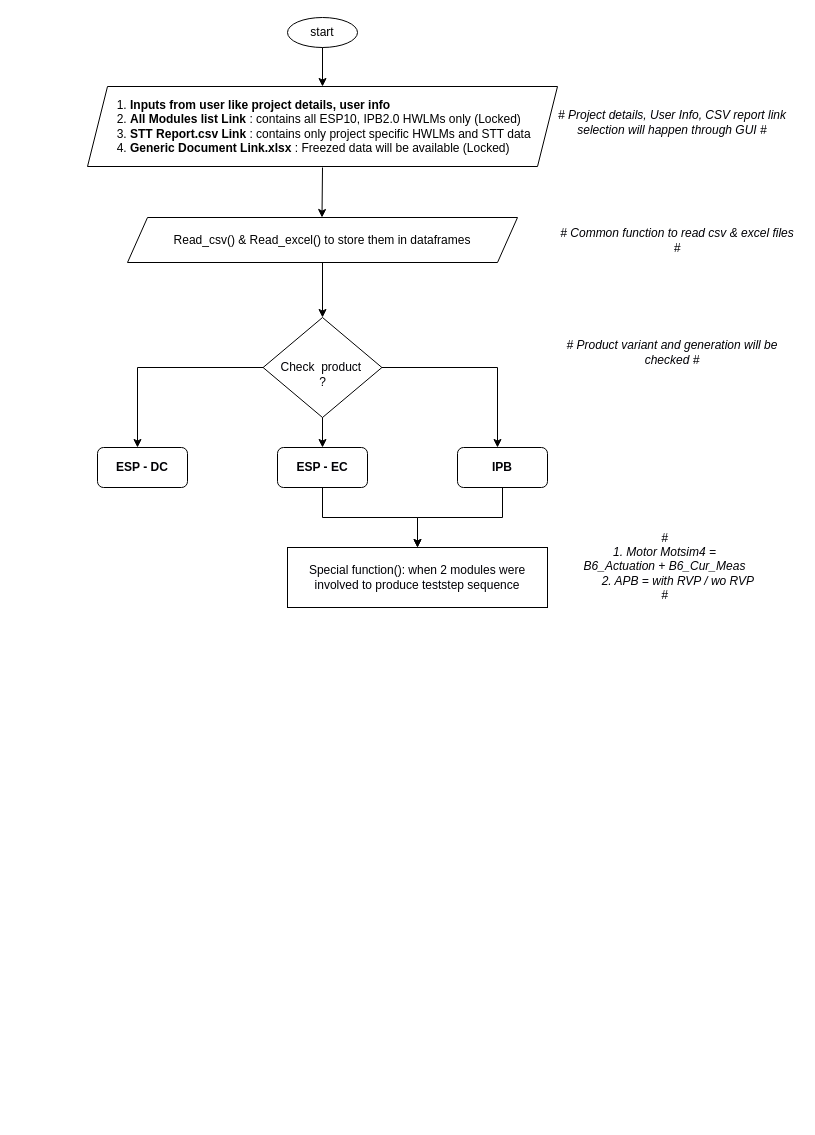
Before: page "Page-1" (1 of 2) of Untitled Diagram.drawio in Manideep22/STT, a draw.io diagram. Source tidied: cells renumbered, new cells numbered last; positions are measured from the earlier drawing's top-left corner, leaving out a move shared by most shapes. Both pictures are drawn from the tidied source at 100%, with x=0, y=0 at pixel (87, 17).
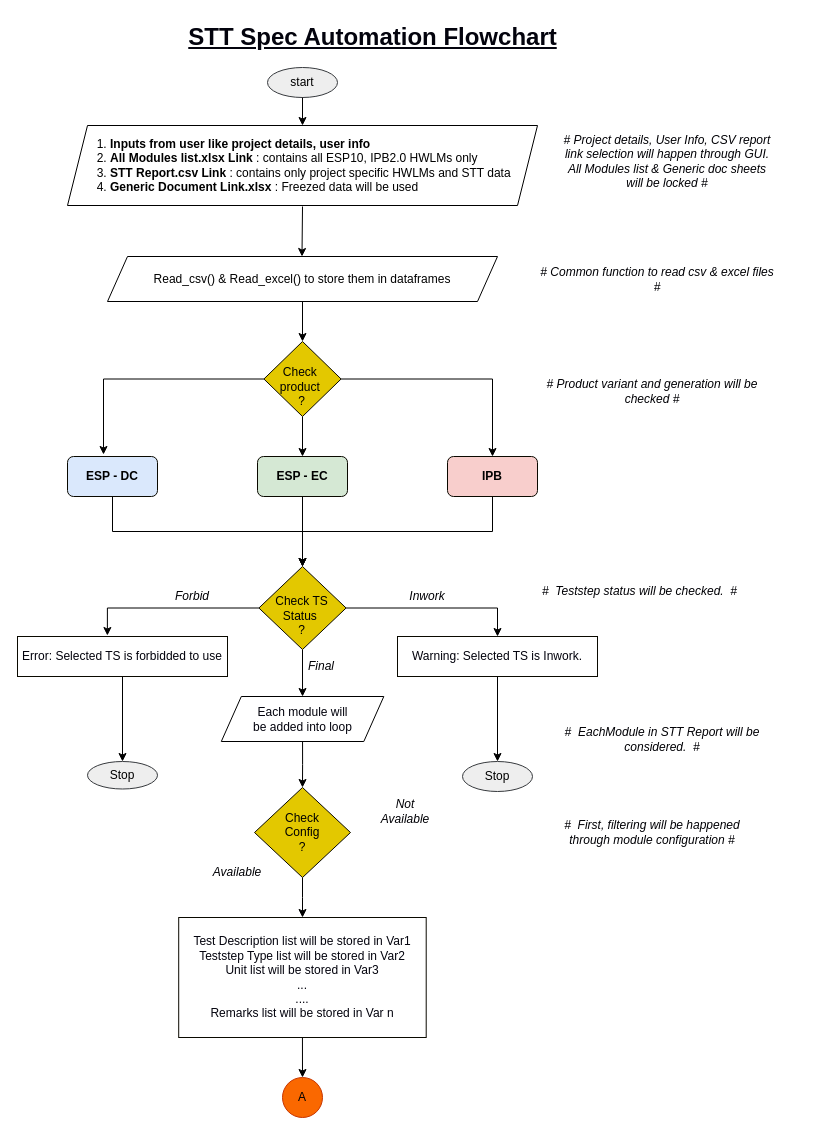
Above is the later version.

Diff of the diagram source:
```diff
@@
-    <mxCell id="2" value="start" style="ellipse;whiteSpace=wrap;html=1;" parent="1" vertex="1">
-      <mxGeometry x="200" width="70" height="30" as="geometry" />
+    <mxCell id="2" value="start" style="ellipse;whiteSpace=wrap;html=1;fillColor=#eeeeee;strokeColor=#36393d;" parent="1" vertex="1">
+      <mxGeometry x="180" y="50" width="70" height="30" as="geometry" />
     </mxCell>
@@
-    <mxCell id="4" style="edgeStyle=orthogonalEdgeStyle;rounded=0;jettySize=auto;html=1;exitX=0.5;exitY=1;exitDx=0;exitDy=0;entryX=0.5;entryY=0;entryDx=0;entryDy=0;fontColor=#000005;" parent="1" edge="1" source="5" target="8">
+    <mxCell id="4" style="edgeStyle=orthogonalEdgeStyle;rounded=0;jettySize=auto;html=1;exitX=0.5;exitY=1;exitDx=0;exitDy=0;entryX=0.5;entryY=0;entryDx=0;entryDy=0;fontColor=#03030D;" parent="1" edge="1" source="5" target="8">
       <mxGeometry relative="1" as="geometry" />
     </mxCell>
     <mxCell id="5" value="Read_csv() &amp;amp; Read_excel() to store them in dataframes" style="shape=parallelogram;perimeter=parallelogramPerimeter;whiteSpace=wrap;html=1;fixedSize=1;" parent="1" vertex="1">
-      <mxGeometry x="40" y="200" width="390" height="45" as="geometry" />
+      <mxGeometry x="20" y="239" width="390" height="45" as="geometry" />
     </mxCell>
-    <mxCell id="6" value="&lt;div align=&quot;left&quot;&gt;&lt;span&gt; &lt;/span&gt;&lt;span&gt; &lt;/span&gt;&lt;span style=&quot;white-space: pre&quot;&gt; 1. &lt;/span&gt;&lt;b&gt;Inputs from user like project details, user info&lt;/b&gt; &lt;br&gt;&lt;/div&gt;&lt;div align=&quot;left&quot;&gt;&lt;u&gt;&lt;span style=&quot;white-space: pre&quot;&gt;&lt;/span&gt;&lt;/u&gt;&lt;span style=&quot;white-space: pre&quot;&gt; &lt;/span&gt;2. &lt;b&gt;All Modules list Link &lt;/b&gt;: contains all ESP10, IPB2.0 HWLMs only (Locked)&lt;br&gt;&lt;b&gt;&lt;span&gt;&lt;/span&gt;&lt;/b&gt;&lt;u&gt;&lt;span style=&quot;white-space: pre&quot;&gt;&lt;/span&gt;&lt;/u&gt;&lt;span style=&quot;white-space: pre&quot;&gt; &lt;/span&gt;3.&lt;b&gt; STT Report.csv Link&lt;/b&gt; : contains only project specific HWLMs and STT data&lt;br&gt;&lt;/div&gt;&lt;div align=&quot;left&quot;&gt;&lt;span style=&quot;white-space: pre&quot;&gt;&lt;/span&gt;&lt;span style=&quot;white-space: pre&quot;&gt; &lt;/span&gt;4. &lt;b&gt;Generic Document Link.xlsx&lt;/b&gt; : Freezed data will be available (Locked)&lt;br&gt;&lt;/div&gt;" style="shape=parallelogram;perimeter=parallelogramPerimeter;whiteSpace=wrap;html=1;fixedSize=1;align=center;" parent="1" vertex="1">
-      <mxGeometry y="69" width="470" height="80" as="geometry" />
+    <mxCell id="6" value="&lt;div align=&quot;left&quot;&gt;&lt;span&gt; &lt;/span&gt;&lt;span&gt; &lt;/span&gt;&lt;span style=&quot;white-space: pre&quot;&gt; 1. &lt;/span&gt;&lt;b&gt;Inputs from user like project details, user info&lt;/b&gt; &lt;br&gt;&lt;/div&gt;&lt;div align=&quot;left&quot;&gt;&lt;u&gt;&lt;span style=&quot;white-space: pre&quot;&gt;&lt;/span&gt;&lt;/u&gt;&lt;span style=&quot;white-space: pre&quot;&gt; &lt;/span&gt;2. &lt;b&gt;All Modules list.xlsx Link &lt;/b&gt;: contains all ESP10, IPB2.0 HWLMs only &lt;br&gt;&lt;b&gt;&lt;span&gt;&lt;/span&gt;&lt;/b&gt;&lt;u&gt;&lt;span style=&quot;white-space: pre&quot;&gt;&lt;/span&gt;&lt;/u&gt;&lt;span style=&quot;white-space: pre&quot;&gt; &lt;/span&gt;3.&lt;b&gt; STT Report.csv Link&lt;/b&gt; : contains only project specific HWLMs and STT data&lt;br&gt;&lt;/div&gt;&lt;div align=&quot;left&quot;&gt;&lt;span style=&quot;white-space: pre&quot;&gt;&lt;/span&gt;&lt;span style=&quot;white-space: pre&quot;&gt; &lt;/span&gt;4. &lt;b&gt;Generic Document Link.xlsx&lt;/b&gt; : Freezed data will be used &lt;br&gt;&lt;/div&gt;" style="shape=parallelogram;perimeter=parallelogramPerimeter;whiteSpace=wrap;html=1;fixedSize=1;align=center;" parent="1" vertex="1">
+      <mxGeometry x="-20" y="108" width="470" height="80" as="geometry" />
     </mxCell>
     <mxCell id="7" style="endArrow=classic;html=1;rounded=0;fontColor=#0000FF;" parent="1" edge="1">
       <mxGeometry relative="1" as="geometry">
-        <mxPoint x="235" y="150" as="sourcePoint" />
-        <mxPoint x="234.5" y="200" as="targetPoint" />
+        <mxPoint x="215" y="189" as="sourcePoint" />
+        <mxPoint x="214.5" y="239" as="targetPoint" />
       </mxGeometry>
     </mxCell>
+    <mxCell id="22" style="edgeStyle=orthogonalEdgeStyle;rounded=0;jettySize=auto;html=1;exitX=0;exitY=0.5;exitDx=0;exitDy=0;entryX=0.4;entryY=-0.05;entryDx=0;entryDy=0;entryPerimeter=0;fontColor=#03030D;" parent="1" edge="1" source="8" target="15">
+      <mxGeometry relative="1" as="geometry" />
+    </mxCell>
+    <mxCell id="23" style="edgeStyle=orthogonalEdgeStyle;rounded=0;jettySize=auto;html=1;exitX=0.5;exitY=1;exitDx=0;exitDy=0;entryX=0.5;entryY=0;entryDx=0;entryDy=0;fontColor=#03030D;" parent="1" edge="1" source="8" target="17">
+      <mxGeometry relative="1" as="geometry" />
+    </mxCell>
+    <mxCell id="24" style="edgeStyle=orthogonalEdgeStyle;rounded=0;jettySize=auto;html=1;entryX=0.5;entryY=0;entryDx=0;entryDy=0;fontColor=#03030D;" parent="1" edge="1" source="8" target="14">
+      <mxGeometry relative="1" as="geometry" />
+    </mxCell>
-    <mxCell id="8" value="&lt;div&gt;&lt;br&gt;&lt;/div&gt;&lt;div&gt;Check&amp;nbsp; product&amp;nbsp; &lt;br&gt;&lt;/div&gt;&lt;div&gt;?&lt;/div&gt;" style="rhombus;whiteSpace=wrap;html=1;fontColor=#000005;" parent="1" vertex="1">
-      <mxGeometry x="175.6" y="300" width="118.8" height="100" as="geometry" />
+    <mxCell id="8" value="&lt;div&gt;&lt;br&gt;&lt;/div&gt;&lt;div&gt;Check&amp;nbsp; product&amp;nbsp; &lt;br&gt;&lt;/div&gt;&lt;div&gt;?&lt;/div&gt;" style="rhombus;whiteSpace=wrap;html=1;fontColor=#000000;fillColor=#e3c800;strokeColor=#0A0900;" parent="1" vertex="1">
+      <mxGeometry x="176.4" y="324" width="77.2" height="75" as="geometry" />
     </mxCell>
-    <mxCell id="9" style="endArrow=classic;html=1;rounded=0;fontColor=#000005;exitX=1;exitY=0.5;exitDx=0;exitDy=0;" parent="1" edge="1" source="8">
-      <mxGeometry relative="1" as="geometry">
-        <mxPoint x="410" y="430" as="targetPoint" />
-        <Array as="points">
-          <mxPoint x="410" y="350" />
-        </Array>
-      </mxGeometry>
-    </mxCell>
-    <mxCell id="10" style="endArrow=classic;html=1;rounded=0;fontColor=#000005;exitX=0;exitY=0.5;exitDx=0;exitDy=0;" parent="1" edge="1" source="8">
-      <mxGeometry relative="1" as="geometry">
-        <mxPoint x="50" y="430" as="targetPoint" />
-        <Array as="points">
-          <mxPoint x="50" y="350" />
-        </Array>
-      </mxGeometry>
-    </mxCell>
-    <mxCell id="11" style="endArrow=classic;html=1;rounded=0;fontColor=#000005;exitX=0.5;exitY=1;exitDx=0;exitDy=0;" parent="1" edge="1" source="8">
-      <mxGeometry relative="1" as="geometry">
-        <mxPoint x="235" y="430" as="targetPoint" />
-      </mxGeometry>
-    </mxCell>
-    <mxCell id="12" value="# Project details, User Info, CSV report link selection will happen through GUI #" style="text;html=1;strokeColor=none;fillColor=none;align=center;verticalAlign=middle;whiteSpace=wrap;rounded=0;fontColor=#000005;fontStyle=2;" parent="1" vertex="1">
-      <mxGeometry x="460" y="70" width="250" height="70" as="geometry" />
+    <mxCell id="12" value="&lt;div&gt;# Project details, User Info, CSV report link selection will happen through GUI.&lt;/div&gt;&lt;div&gt;All Modules list &amp;amp; Generic doc sheets will be locked #&lt;/div&gt;" style="text;html=1;strokeColor=none;fillColor=none;align=center;verticalAlign=middle;whiteSpace=wrap;rounded=0;fontColor=#000005;fontStyle=2;" parent="1" vertex="1">
+      <mxGeometry x="470" y="109" width="220" height="70" as="geometry" />
     </mxCell>
-    <mxCell id="13" style="edgeStyle=orthogonalEdgeStyle;rounded=0;jettySize=auto;html=1;exitX=0.5;exitY=1;exitDx=0;exitDy=0;entryX=0.5;entryY=0;entryDx=0;entryDy=0;fontColor=#000005;" parent="1" edge="1" source="14" target="19">
-      <mxGeometry relative="1" as="geometry" />
-    </mxCell>
+    <mxCell id="25" style="edgeStyle=orthogonalEdgeStyle;rounded=0;jettySize=auto;html=1;exitX=0.5;exitY=1;exitDx=0;exitDy=0;entryX=0.5;entryY=0;entryDx=0;entryDy=0;fontColor=#03030D;" parent="1" edge="1" source="14" target="41">
+      <mxGeometry relative="1" as="geometry" />
+    </mxCell>
-    <mxCell id="14" value="&lt;b&gt;IPB&lt;/b&gt;" style="rounded=1;whiteSpace=wrap;html=1;fontColor=#000005;" parent="1" vertex="1">
-      <mxGeometry x="370" y="430" width="90" height="40" as="geometry" />
+    <mxCell id="14" value="&lt;b&gt;IPB&lt;/b&gt;" style="rounded=1;whiteSpace=wrap;html=1;fillColor=#f8cecc;strokeColor=#0A0900;" parent="1" vertex="1">
+      <mxGeometry x="360" y="439" width="90" height="40" as="geometry" />
     </mxCell>
+    <mxCell id="26" style="edgeStyle=orthogonalEdgeStyle;rounded=0;jettySize=auto;html=1;exitX=0.5;exitY=1;exitDx=0;exitDy=0;fontColor=#03030D;" parent="1" edge="1" source="15" target="41">
+      <mxGeometry relative="1" as="geometry" />
+    </mxCell>
-    <mxCell id="15" value="&lt;b&gt;ESP - DC&lt;/b&gt;" style="rounded=1;whiteSpace=wrap;html=1;fontColor=#000005;" parent="1" vertex="1">
-      <mxGeometry x="10" y="430" width="90" height="40" as="geometry" />
+    <mxCell id="15" value="&lt;b&gt;ESP - DC&lt;/b&gt;" style="rounded=1;whiteSpace=wrap;html=1;labelBackgroundColor=none;fillColor=#dae8fc;strokeColor=#0A0900;" parent="1" vertex="1">
+      <mxGeometry x="-20" y="439" width="90" height="40" as="geometry" />
     </mxCell>
-    <mxCell id="16" style="edgeStyle=orthogonalEdgeStyle;rounded=0;jettySize=auto;html=1;exitX=0.5;exitY=1;exitDx=0;exitDy=0;entryX=0.5;entryY=0;entryDx=0;entryDy=0;fontColor=#000005;" parent="1" edge="1" source="17" target="19">
-      <mxGeometry relative="1" as="geometry" />
-    </mxCell>
+    <mxCell id="27" style="edgeStyle=orthogonalEdgeStyle;rounded=0;jettySize=auto;html=1;exitX=0.5;exitY=1;exitDx=0;exitDy=0;entryX=0.5;entryY=0;entryDx=0;entryDy=0;fontColor=#03030D;" parent="1" edge="1" source="17" target="41">
+      <mxGeometry relative="1" as="geometry" />
+    </mxCell>
-    <mxCell id="17" value="&lt;b&gt;ESP - EC&lt;/b&gt;" style="rounded=1;whiteSpace=wrap;html=1;fontColor=#000005;" parent="1" vertex="1">
-      <mxGeometry x="190" y="430" width="90" height="40" as="geometry" />
+    <mxCell id="17" value="&lt;b&gt;ESP - EC&lt;/b&gt;" style="rounded=1;whiteSpace=wrap;html=1;fillColor=#d5e8d4;strokeColor=#0A0900;" parent="1" vertex="1">
+      <mxGeometry x="170" y="439" width="90" height="40" as="geometry" />
     </mxCell>
     <mxCell id="18" value="# Common function to read csv &amp;amp; excel files #" style="text;html=1;strokeColor=none;fillColor=none;align=center;verticalAlign=middle;whiteSpace=wrap;rounded=0;fontColor=#000005;fontStyle=2;" parent="1" vertex="1">
-      <mxGeometry x="470" y="187.5" width="240" height="70" as="geometry" />
+      <mxGeometry x="450" y="226.5" width="240" height="70" as="geometry" />
     </mxCell>
-    <mxCell id="19" value="&lt;div&gt;&lt;br&gt;&lt;/div&gt;&lt;div&gt;Special function(): when 2 modules were involved to produce teststep sequence &lt;/div&gt;&lt;div&gt;&lt;br&gt;&lt;/div&gt;" style="rounded=0;whiteSpace=wrap;html=1;fontColor=#000005;" parent="1" vertex="1">
-      <mxGeometry x="200" y="530" width="260" height="60" as="geometry" />
-    </mxCell>
-    <mxCell id="20" value="&lt;div&gt;# &lt;br&gt;&lt;/div&gt;&lt;div&gt;1. Motor Motsim4 = &lt;br&gt;&lt;/div&gt;&lt;div&gt;B6_Actuation + B6_Cur_Meas&lt;/div&gt;&lt;div&gt;&amp;nbsp;&amp;nbsp;&amp;nbsp;&amp;nbsp;&amp;nbsp;&amp;nbsp;&amp;nbsp; 2. APB = with RVP / wo RVP&lt;/div&gt;&lt;div&gt; #&lt;/div&gt;" style="text;html=1;strokeColor=none;fillColor=none;align=center;verticalAlign=middle;whiteSpace=wrap;rounded=0;fontColor=#000005;fontStyle=2;" parent="1" vertex="1">
-      <mxGeometry x="460" y="500" width="235" height="97" as="geometry" />
-    </mxCell>
     <mxCell id="21" value="# Product variant and generation will be checked #" style="text;html=1;strokeColor=none;fillColor=none;align=center;verticalAlign=middle;whiteSpace=wrap;rounded=0;fontColor=#000005;fontStyle=2;" parent="1" vertex="1">
-      <mxGeometry x="460" y="300" width="250" height="70" as="geometry" />
+      <mxGeometry x="440" y="339" width="250" height="70" as="geometry" />
     </mxCell>
+    <mxCell id="28" style="edgeStyle=orthogonalEdgeStyle;rounded=0;jettySize=auto;html=1;exitX=0.5;exitY=1;exitDx=0;exitDy=0;entryX=0.5;entryY=0;entryDx=0;entryDy=0;fontColor=#03030D;" parent="1" edge="1" source="29" target="31">
+      <mxGeometry relative="1" as="geometry" />
+    </mxCell>
+    <mxCell id="29" value="&lt;div&gt;Each module will &lt;br&gt;&lt;/div&gt;&lt;div&gt;be added into loop&lt;/div&gt;" style="shape=parallelogram;perimeter=parallelogramPerimeter;whiteSpace=wrap;html=1;fixedSize=1;labelBackgroundColor=none;fontColor=#03030D;" parent="1" vertex="1">
+      <mxGeometry x="133.8" y="679" width="162.5" height="45" as="geometry" />
+    </mxCell>
+    <mxCell id="30" style="edgeStyle=orthogonalEdgeStyle;rounded=0;jettySize=auto;html=1;exitX=0.5;exitY=1;exitDx=0;exitDy=0;fontColor=#03030D;" parent="1" edge="1" source="31" target="37">
+      <mxGeometry relative="1" as="geometry" />
+    </mxCell>
+    <mxCell id="31" value="&lt;div&gt;Check &lt;br&gt;&lt;/div&gt;&lt;div&gt;Config&lt;/div&gt;&lt;div&gt;?&lt;br&gt;&lt;/div&gt;" style="rhombus;whiteSpace=wrap;html=1;fontColor=#000000;fillColor=#e3c800;strokeColor=#0A0900;" parent="1" vertex="1">
+      <mxGeometry x="167" y="770" width="96" height="90" as="geometry" />
+    </mxCell>
+    <mxCell id="32" value="#&amp;nbsp; EachModule in STT Report will be considered.&amp;nbsp; #" style="text;html=1;strokeColor=none;fillColor=none;align=center;verticalAlign=middle;whiteSpace=wrap;rounded=0;fontColor=#000005;fontStyle=2;" parent="1" vertex="1">
+      <mxGeometry x="450" y="686.5" width="250" height="70" as="geometry" />
+    </mxCell>
+    <mxCell id="33" value="#&amp;nbsp; First, filtering will be happened through module configuration #" style="text;html=1;strokeColor=none;fillColor=none;align=center;verticalAlign=middle;whiteSpace=wrap;rounded=0;fontColor=#000005;fontStyle=2;" parent="1" vertex="1">
+      <mxGeometry x="460" y="780" width="210" height="70" as="geometry" />
+    </mxCell>
+    <mxCell id="34" value="Available" style="text;html=1;strokeColor=none;fillColor=none;align=center;verticalAlign=middle;whiteSpace=wrap;rounded=0;fontColor=#000005;fontStyle=2;" parent="1" vertex="1">
+      <mxGeometry x="120" y="850" width="60" height="10" as="geometry" />
+    </mxCell>
+    <mxCell id="35" value="Not Available" style="text;html=1;strokeColor=none;fillColor=none;align=center;verticalAlign=middle;whiteSpace=wrap;rounded=0;fontColor=#000005;fontStyle=2;" parent="1" vertex="1">
+      <mxGeometry x="292.5" y="774" width="50" height="40" as="geometry" />
+    </mxCell>
+    <mxCell id="36" style="edgeStyle=orthogonalEdgeStyle;rounded=0;jettySize=auto;html=1;exitX=0.5;exitY=1;exitDx=0;exitDy=0;entryX=0.5;entryY=0;entryDx=0;entryDy=0;fontColor=#03030D;" parent="1" edge="1" source="37" target="52">
+      <mxGeometry relative="1" as="geometry" />
+    </mxCell>
+    <mxCell id="37" value="&lt;div&gt;&lt;br&gt;&lt;/div&gt;&lt;div&gt;&lt;br&gt;&lt;/div&gt;&lt;div&gt;&lt;br&gt;&lt;/div&gt;&lt;div&gt;Test Description list will be stored in Var1&lt;/div&gt;&lt;div&gt;&lt;div&gt;Teststep Type list will be stored in Var2&lt;br&gt;&lt;div&gt;Unit list will be stored in Var3&lt;br&gt;...&lt;/div&gt;&lt;div&gt;....&lt;/div&gt;&lt;div&gt;Remarks list will be stored in Var n&lt;div&gt;&lt;br&gt;&lt;br&gt;&lt;/div&gt;&lt;/div&gt;&lt;/div&gt;&lt;/div&gt;&lt;div&gt;&lt;br&gt;&lt;/div&gt;" style="rounded=0;whiteSpace=wrap;html=1;labelBackgroundColor=none;fontColor=#03030D;strokeColor=#0A0900;" parent="1" vertex="1">
+      <mxGeometry x="91.2" y="900" width="247.5" height="120" as="geometry" />
+    </mxCell>
+    <mxCell id="38" style="edgeStyle=orthogonalEdgeStyle;rounded=0;jettySize=auto;html=1;exitX=0;exitY=0.5;exitDx=0;exitDy=0;entryX=0.428;entryY=-0.025;entryDx=0;entryDy=0;entryPerimeter=0;fontColor=#03030D;" parent="1" edge="1" source="41" target="43">
+      <mxGeometry relative="1" as="geometry" />
+    </mxCell>
+    <mxCell id="39" style="edgeStyle=orthogonalEdgeStyle;rounded=0;jettySize=auto;html=1;exitX=1;exitY=0.5;exitDx=0;exitDy=0;entryX=0.5;entryY=0;entryDx=0;entryDy=0;fontColor=#03030D;" parent="1" edge="1" source="41" target="46">
+      <mxGeometry relative="1" as="geometry" />
+    </mxCell>
+    <mxCell id="40" style="edgeStyle=orthogonalEdgeStyle;rounded=0;jettySize=auto;html=1;exitX=0.5;exitY=1;exitDx=0;exitDy=0;entryX=0.5;entryY=0;entryDx=0;entryDy=0;fontColor=#03030D;" parent="1" edge="1" source="41" target="29">
+      <mxGeometry relative="1" as="geometry" />
+    </mxCell>
+    <mxCell id="41" value="&lt;div&gt;&lt;br&gt;&lt;/div&gt;&lt;div&gt;Check TS Status&amp;nbsp; &lt;br&gt;&lt;/div&gt;&lt;div&gt;?&lt;/div&gt;" style="rhombus;whiteSpace=wrap;html=1;fontColor=#000000;fillColor=#e3c800;strokeColor=#0A0900;" parent="1" vertex="1">
+      <mxGeometry x="171.4" y="549" width="87.2" height="83" as="geometry" />
+    </mxCell>
+    <mxCell id="42" style="edgeStyle=orthogonalEdgeStyle;rounded=0;jettySize=auto;html=1;exitX=0.5;exitY=1;exitDx=0;exitDy=0;entryX=0.5;entryY=0;entryDx=0;entryDy=0;fontColor=#03030D;" parent="1" edge="1" source="43" target="50">
+      <mxGeometry relative="1" as="geometry" />
+    </mxCell>
+    <mxCell id="43" value="Error: Selected TS is forbidded to use" style="rounded=0;whiteSpace=wrap;html=1;labelBackgroundColor=none;fontColor=#03030D;strokeColor=#0A0900;" parent="1" vertex="1">
+      <mxGeometry x="-70" y="619" width="210" height="40" as="geometry" />
+    </mxCell>
+    <mxCell id="44" value="Forbid" style="text;html=1;strokeColor=none;fillColor=none;align=center;verticalAlign=middle;whiteSpace=wrap;rounded=0;fontColor=#000005;fontStyle=2;" parent="1" vertex="1">
+      <mxGeometry x="80" y="559" width="50" height="40" as="geometry" />
+    </mxCell>
+    <mxCell id="45" style="edgeStyle=orthogonalEdgeStyle;rounded=0;jettySize=auto;html=1;exitX=0.5;exitY=1;exitDx=0;exitDy=0;entryX=0.5;entryY=0;entryDx=0;entryDy=0;fontColor=#03030D;" parent="1" edge="1" source="46" target="48">
+      <mxGeometry relative="1" as="geometry" />
+    </mxCell>
+    <mxCell id="46" value="Warning: Selected TS is Inwork." style="rounded=0;whiteSpace=wrap;html=1;labelBackgroundColor=none;fontColor=#03030D;strokeColor=#0A0900;" parent="1" vertex="1">
+      <mxGeometry x="310" y="619" width="200" height="40" as="geometry" />
+    </mxCell>
+    <mxCell id="47" value="Inwork" style="text;html=1;strokeColor=none;fillColor=none;align=center;verticalAlign=middle;whiteSpace=wrap;rounded=0;fontColor=#000005;fontStyle=2;" parent="1" vertex="1">
+      <mxGeometry x="320" y="569" width="40" height="20" as="geometry" />
+    </mxCell>
+    <mxCell id="48" value="Stop" style="ellipse;whiteSpace=wrap;html=1;fillColor=#eeeeee;strokeColor=#36393d;" parent="1" vertex="1">
+      <mxGeometry x="375" y="744" width="70" height="30" as="geometry" />
+    </mxCell>
+    <mxCell id="49" value="Final" style="text;html=1;strokeColor=none;fillColor=none;align=center;verticalAlign=middle;whiteSpace=wrap;rounded=0;fontColor=#000005;fontStyle=2;" parent="1" vertex="1">
+      <mxGeometry x="213.6" y="639" width="40" height="20" as="geometry" />
+    </mxCell>
+    <mxCell id="50" value="Stop" style="ellipse;whiteSpace=wrap;html=1;fillColor=#eeeeee;strokeColor=#36393d;" parent="1" vertex="1">
+      <mxGeometry y="744" width="70" height="27.5" as="geometry" />
+    </mxCell>
+    <mxCell id="51" value="#&amp;nbsp; Teststep status will be checked.&amp;nbsp; #" style="text;html=1;strokeColor=none;fillColor=none;align=center;verticalAlign=middle;whiteSpace=wrap;rounded=0;fontColor=#000005;fontStyle=2;" parent="1" vertex="1">
+      <mxGeometry x="445" y="549" width="215" height="50" as="geometry" />
+    </mxCell>
+    <mxCell id="52" value="A" style="ellipse;whiteSpace=wrap;html=1;labelBackgroundColor=none;fontColor=#000000;strokeColor=#C73500;fillColor=#fa6800;" parent="1" vertex="1">
+      <mxGeometry x="195" y="1060" width="40" height="40" as="geometry" />
+    </mxCell>
+    <mxCell id="53" value="&lt;u&gt;STT Spec Automation Flowchart&lt;/u&gt;" style="text;strokeColor=none;fillColor=none;html=1;fontSize=24;fontStyle=1;verticalAlign=middle;align=center;labelBackgroundColor=none;fontColor=#03030D;" parent="1" vertex="1">
+      <mxGeometry x="235" width="100" height="40" as="geometry" />
+    </mxCell>
```
